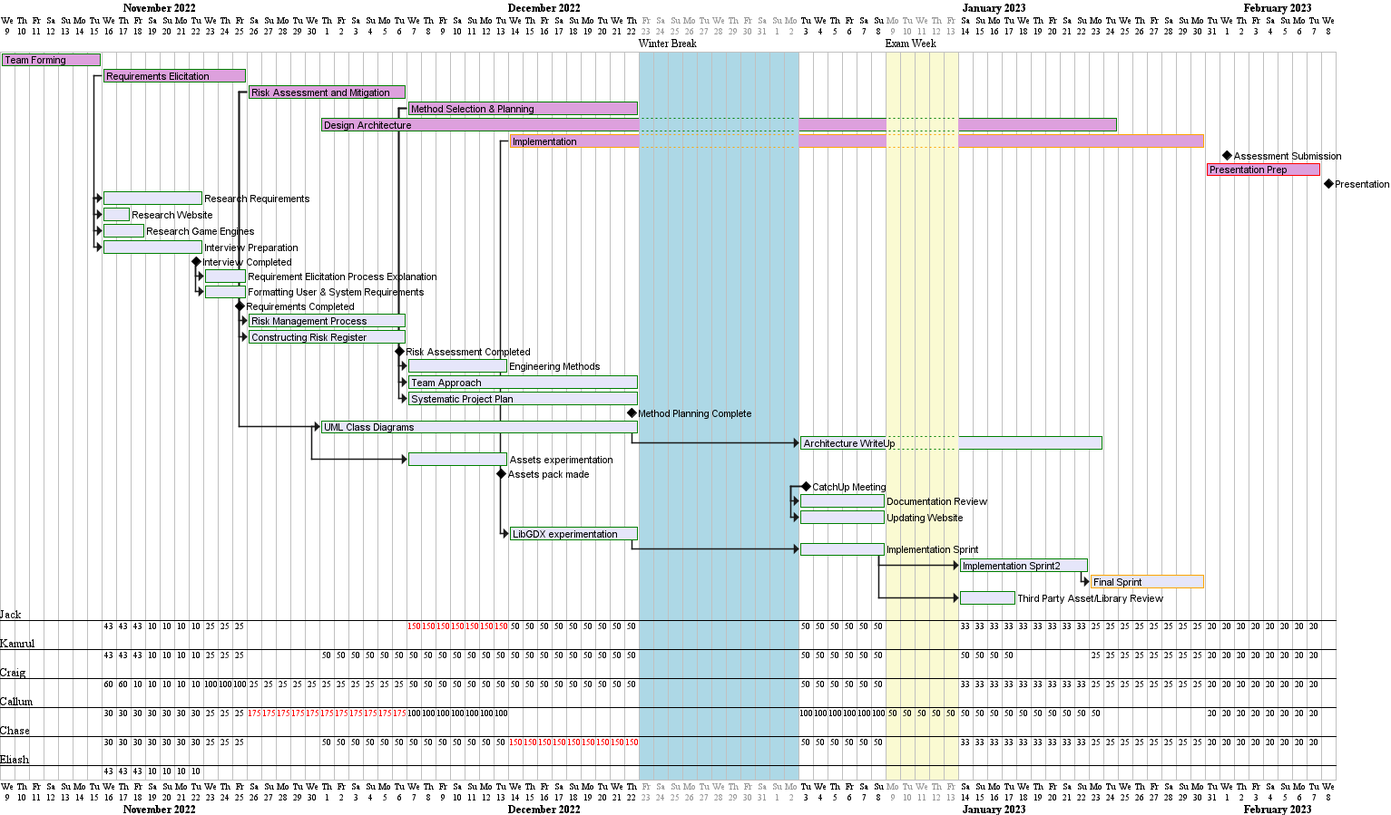
Before: images/gantt chart 26-01-2023.png, a diagram exported from PlantUML (Runtime-Terrors-Team-5/Website). Its diagram source:
```plantuml
@startgantt
hide ressources names
skinparam classFontSize 5
[Team Forming] lasts 7 days and is colored in Plum/Green
[Requirements Elicitation] lasts 10 days and is colored in Plum/Green
[Risk Assessment and Mitigation] lasts 11 days and is colored in Plum/Green
[Method Selection & Planning] lasts 16 days and is colored in Plum/Green
[Design Architecture] lasts 39 days and is colored in Plum/Green
[Implementation] lasts 32 days and is colored in Plum/Orange
[Assessment Submission] happens at 2023-02-01
[Presentation Prep] on {Jack:20%}{Kamrul:20%}{Craig:20%}{Callum:20%}{Chase:20%} lasts 8 days and is colored in Plum/Red
[Presentation] happens at 2023-02-08
Project starts 2022-11-09
[Team Forming] starts 2022-11-09
[Requirements Elicitation] starts 2022-11-16
[Method Selection & Planning] starts 2022-12-07
[Risk Assessment and Mitigation] starts 2022-11-26
[Design Architecture] starts 2022-12-01
[Implementation] starts 2022-12-14
[Presentation Prep] starts 2023-01-31

[Research Requirements] lasts 7 days and is colored in Lavender/Green and starts after [Requirements Elicitation]'s start
[Research Website] on {Craig:50%} lasts 1 days and is colored in Lavender/Green and starts after [Research Requirements]'s start
[Research Game Engines] on {Jack:33%}{Kamrul:33%}{Eliash:33%} lasts 2 days and is colored in Lavender/Green and starts after [Research Requirements]'s start
[Interview Preparation] on {Chase:30%}{Callum:30%}{Jack:10%}{Kamrul:10%}{Eliash:10%}{Craig:10%} lasts 7 days and is colored in Lavender/Green and starts after [Research Requirements]’s start
[Interview Completed] happens at [Interview Preparation]’s end

[Requirement Elicitation Process Explanation] on {Craig:100%} lasts 3 days and is colored in Lavender/Green and starts after [Interview Completed]'s end
[Formatting User & System Requirements] on {Callum:25%}{Jack:25%}{Kamrul:25%}{Chase:25%} lasts 3 days and is colored in Lavender/Green and starts after [Interview Completed]'s end
[Requirements Completed] happens at [Formatting User & System Requirements]’s end

[Risk Management Process] on {Callum:100%} lasts 11 days and is colored in Lavender/Green and starts after [Risk Assessment and Mitigation]'s start
[Constructing Risk Register] on {Callum:75%}{Craig:25%} lasts 11 days and is colored in Lavender/Green and starts after [Risk Assessment and Mitigation]'s start
[Risk Assessment Completed] happens at [Constructing Risk Register]’s end

[Engineering Methods] on {Jack:100%} lasts 7 days and is colored in Lavender/Green and starts after [Method Selection & Planning]'s start
[Team Approach] on {Jack:50%} lasts 8 days and is colored in Lavender/Green and starts after [Method Selection & Planning]'s start
[Systematic Project Plan] on {Craig:50%} lasts 8 days and is colored in Lavender/Green and starts after [Method Selection & Planning]'s start
[Method Planning Complete] happens at [Systematic Project Plan]’s end

[UML Class Diagrams] on {Kamrul:50%}{Chase:50%} lasts 22 days and is colored in Lavender/Green and starts 5 days after [Risk Assessment and Mitigation]'s start
[Architecture WriteUp] on {Callum:50%} lasts 8 days and is coloured in Lavender/Green and starts 10 days after [UML Class Diagrams]'s end
[Assets experimentation] on {Callum:100%} lasts 7 days and is colored in Lavender/Green and starts 6 days after [UML Class Diagrams]'s start
[Assets pack made] happens at [Assets experimentation]’s end

[CatchUp Meeting] happens at [Architecture WriteUp]'s start
[Documentation Review] on {Craig:50%}{Jack:50%} lasts 6 days and is colored in Lavender/Green and starts after [CatchUp Meeting]'s start
[Updating Website] on {Callum:50%}{Kamrul:50%} lasts 6 days and is colored in Lavender/Green and starts after [CatchUp Meeting]'s start

[LibGDX experimentation] on {Chase:100%} lasts 9 days and is colored in Lavender/Green and starts after [Implementation]'s start
[Implementation Sprint] on {Chase:50%} lasts 3 days and is colored in Lavender/Green and starts after [LibGDX experimentation]'s end
[Implementation Sprint2] on {Chase:33%}{Craig:33%}{Jack:33%} lasts 8 days and is colored in Lavender/Green and starts 12 days after [Implementation Sprint]'s end
[Final Sprint] on {Chase:25%}{Craig:25%}{Jack:25%}{Kamrul:25%} lasts 8 days and is colored in Lavender/Orange and starts 4 days after [Implementation Sprint2]'s end
[Third Party Asset/Library Review] on {Kamrul:50%} lasts 2 days and is coloured in Lavender/Green and starts 12 days after [Implementation Sprint]'s end



2022/12/23 to 2023/01/02 are colored in lightblue
2022/12/23 to 2023/01/02 are named [Winter Break]
2022/12/23 to 2023/01/02 are closed

2023/01/09 to 2023/01/13 are colored in LightGoldenRodYellow
2023/01/09 to 2023/01/13 are named [Exam Week]
2023/01/09 to 2023/01/13 are closed

@endgantt
```
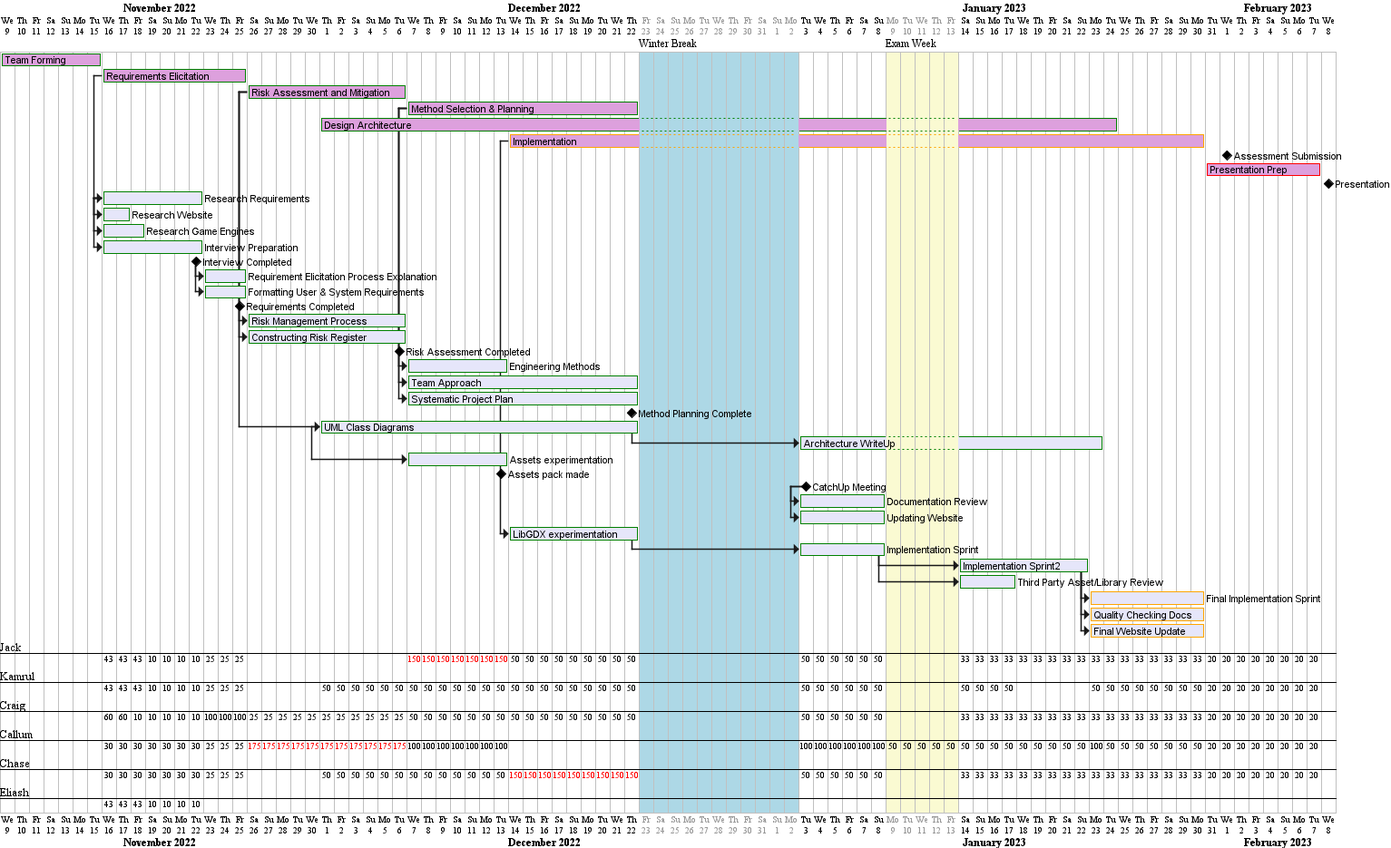
The same diagram one commit later.

Commit message:
Updated Gantt / Pulling Latest Version

What changed in the source:
```diff
@@ -50,8 +50,11 @@
 [LibGDX experimentation] on {Chase:100%} lasts 9 days and is colored in Lavender/Green and starts after [Implementation]'s start
 [Implementation Sprint] on {Chase:50%} lasts 3 days and is colored in Lavender/Green and starts after [LibGDX experimentation]'s end
 [Implementation Sprint2] on {Chase:33%}{Craig:33%}{Jack:33%} lasts 8 days and is colored in Lavender/Green and starts 12 days after [Implementation Sprint]'s end
-[Final Sprint] on {Chase:25%}{Craig:25%}{Jack:25%}{Kamrul:25%} lasts 8 days and is colored in Lavender/Orange and starts 4 days after [Implementation Sprint2]'s end
+
 [Third Party Asset/Library Review] on {Kamrul:50%} lasts 2 days and is coloured in Lavender/Green and starts 12 days after [Implementation Sprint]'s end
+[Final Implementation Sprint] on {Chase:33%}{Craig:33%}{Jack:33%} lasts 7 days and is colored in Lavender/Orange and starts 4 days after [Implementation Sprint2]'s end
+[Quality Checking Docs] on {Callum:50%} lasts 4 days and is coloured in Lavender/Orange and starts 4 days after [Implementation Sprint2]'s end
+[Final Website Update] on {Kamrul:50%} lasts 4 days and is coloured in Lavender/Orange and starts 4 days after [Implementation Sprint2]'s end
 
 
 
```
